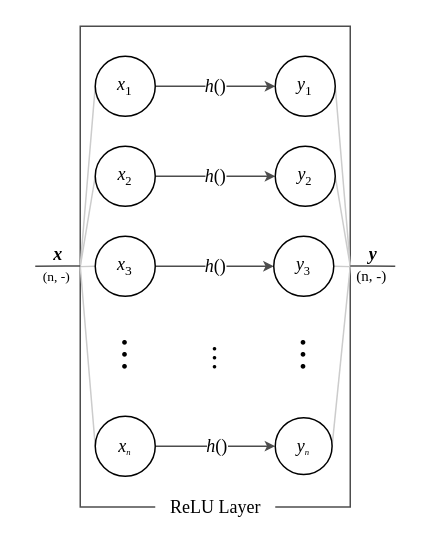
Before: page "ReLU" (2 of 3) of img/layers.drawio in dragoon8192/LaundryTag, a draw.io diagram. Source tidied: cells renumbered, new cells numbered last; positions are measured from the earlier drawing's top-left corner, leaving out a move shared by most shapes. Both pictures are drawn from the tidied source at 150%, with x=0, y=0 at pixel (26, 26).
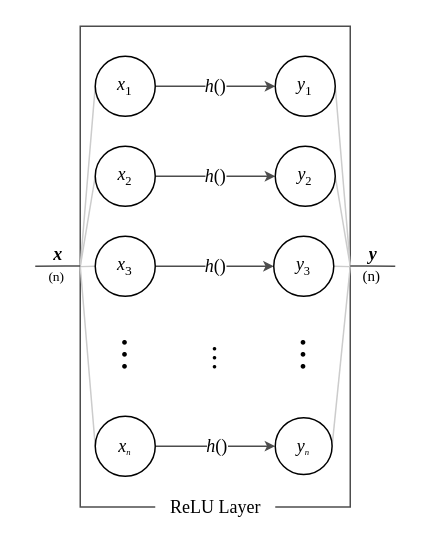
Above is the later version.

Diff of the diagram source:
```diff
@@
-    <mxCell id="30" value="&lt;font style=&quot;font-size: 9px;&quot;&gt;(n, -)&lt;/font&gt;" style="text;html=1;align=center;verticalAlign=middle;strokeColor=none;fillColor=none;fontSize=18;fontFamily=Times New Roman;spacing=0;labelBackgroundColor=none;" parent="1" vertex="1">
-      <mxGeometry y="149" width="40" height="30" as="geometry" />
+    <mxCell id="30" value="&lt;font style=&quot;font-size: 9px;&quot;&gt;(n)&lt;/font&gt;" style="text;html=1;align=center;verticalAlign=middle;strokeColor=none;fillColor=none;fontSize=18;fontFamily=Times New Roman;spacing=0;labelBackgroundColor=none;" parent="1" vertex="1">
+      <mxGeometry x="5" y="149" width="30" height="30" as="geometry" />
     </mxCell>
-    <mxCell id="31" value="&lt;font size=&quot;1&quot;&gt;(n, -)&lt;/font&gt;" style="text;html=1;align=center;verticalAlign=middle;strokeColor=none;fillColor=none;fontSize=18;fontFamily=Times New Roman;spacing=0;labelBackgroundColor=none;" parent="1" vertex="1">
-      <mxGeometry x="210" y="149" width="40" height="30" as="geometry" />
+    <mxCell id="31" value="&lt;font size=&quot;1&quot;&gt;(n)&lt;/font&gt;" style="text;html=1;align=center;verticalAlign=middle;strokeColor=none;fillColor=none;fontSize=18;fontFamily=Times New Roman;spacing=0;labelBackgroundColor=none;" parent="1" vertex="1">
+      <mxGeometry x="215" y="149" width="30" height="30" as="geometry" />
     </mxCell>
```
